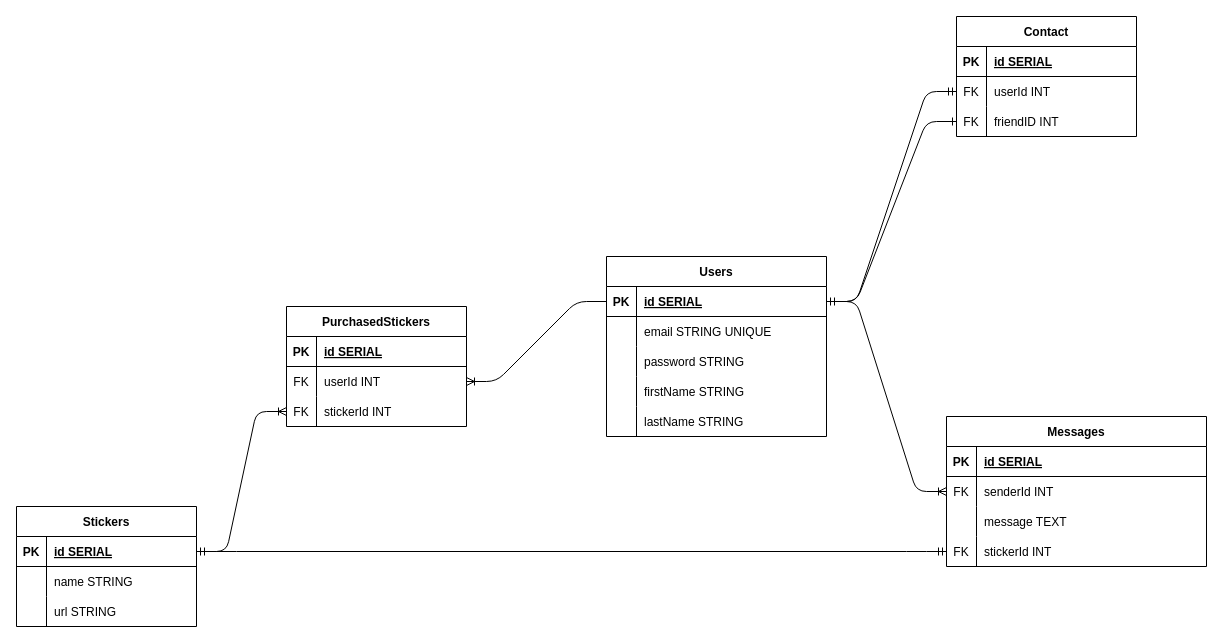
daffabaihaqi/IP-HCK69-Daffa keeps this draw.io diagram as schema.drawio. Above is the earlier version. Source tidied: cells renumbered, new cells numbered last; positions are measured from the earlier drawing's top-left corner, leaving out a move shared by most shapes. Both pictures are drawn from the tidied source at 100%, with x=0, y=0 at pixel (16, 16).
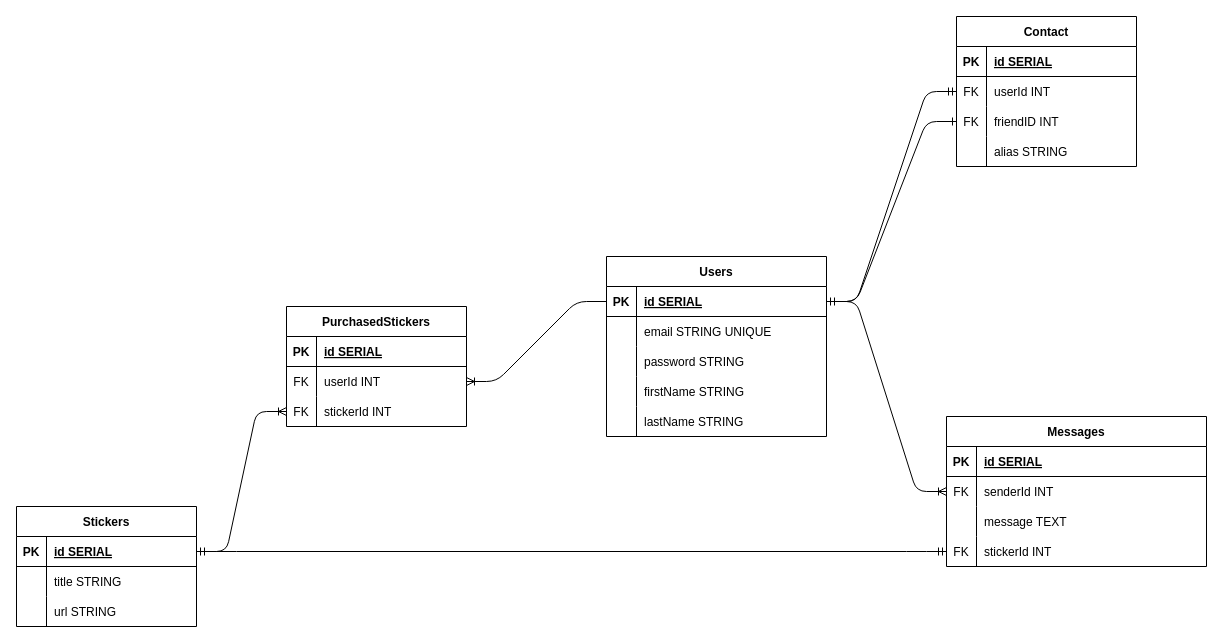
After the change.

The change refers to these unchanged cells:
```xml
<mxCell id="45" style="shape=tableRow;horizontal=0;startSize=0;swimlaneHead=0;swimlaneBody=0;fillColor=none;top=0;left=0;right=0;bottom=0;" parent="41" vertex="1">
  <mxGeometry y="60" width="180" height="30" as="geometry" />
</mxCell>
```

Diff of the diagram source:
```diff
@@
     <mxCell id="18" value="Contact" style="shape=table;startSize=30;childLayout=tableLayout;rowLines=0;fontStyle=1;align=center;" parent="1" vertex="1">
-      <mxGeometry x="940" width="180" height="120" as="geometry" />
+      <mxGeometry x="940" width="180" height="150" as="geometry" />
     </mxCell>
@@
+    <mxCell id="67" style="shape=tableRow;horizontal=0;startSize=0;swimlaneHead=0;swimlaneBody=0;fillColor=none;top=0;left=0;right=0;bottom=0;" parent="18" vertex="1">
+      <mxGeometry y="120" width="180" height="30" as="geometry" />
+    </mxCell>
+    <mxCell id="68" style="shape=partialRectangle;fillColor=none;top=0;left=0;bottom=0;right=0;overflow=hidden;" parent="67" vertex="1">
+      <mxGeometry width="30" height="30" as="geometry" />
+    </mxCell>
+    <mxCell id="69" value="alias STRING" style="shape=partialRectangle;fillColor=none;top=0;left=0;bottom=0;right=0;align=left;spacingLeft=6;overflow=hidden;" parent="67" vertex="1">
+      <mxGeometry x="30" width="150" height="30" as="geometry" />
+    </mxCell>
@@
-    <mxCell id="47" value="name STRING" style="shape=partialRectangle;fillColor=none;top=0;left=0;bottom=0;right=0;align=left;spacingLeft=6;overflow=hidden;" parent="45" vertex="1">
+    <mxCell id="47" value="title STRING" style="shape=partialRectangle;fillColor=none;top=0;left=0;bottom=0;right=0;align=left;spacingLeft=6;overflow=hidden;" parent="45" vertex="1">
       <mxGeometry x="30" width="150" height="30" as="geometry" />
     </mxCell>
```
